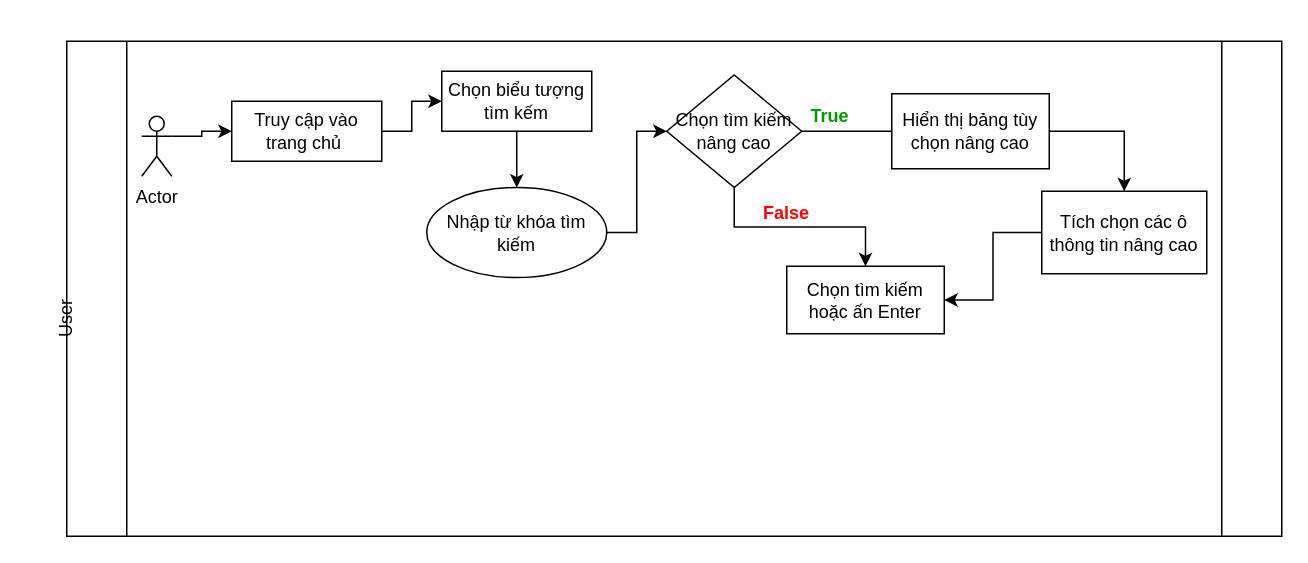
This is Biểu đồ không có tiêu đề.drawio from ThanhHung2112/Web_Font_end, a draw.io file, before an edit. Source tidied: cells renumbered, new cells numbered last; positions are measured from the earlier drawing's top-left corner, leaving out a move shared by most shapes. Both pictures are drawn from the tidied source at 150%, with x=0, y=0 at pixel (21, 40).
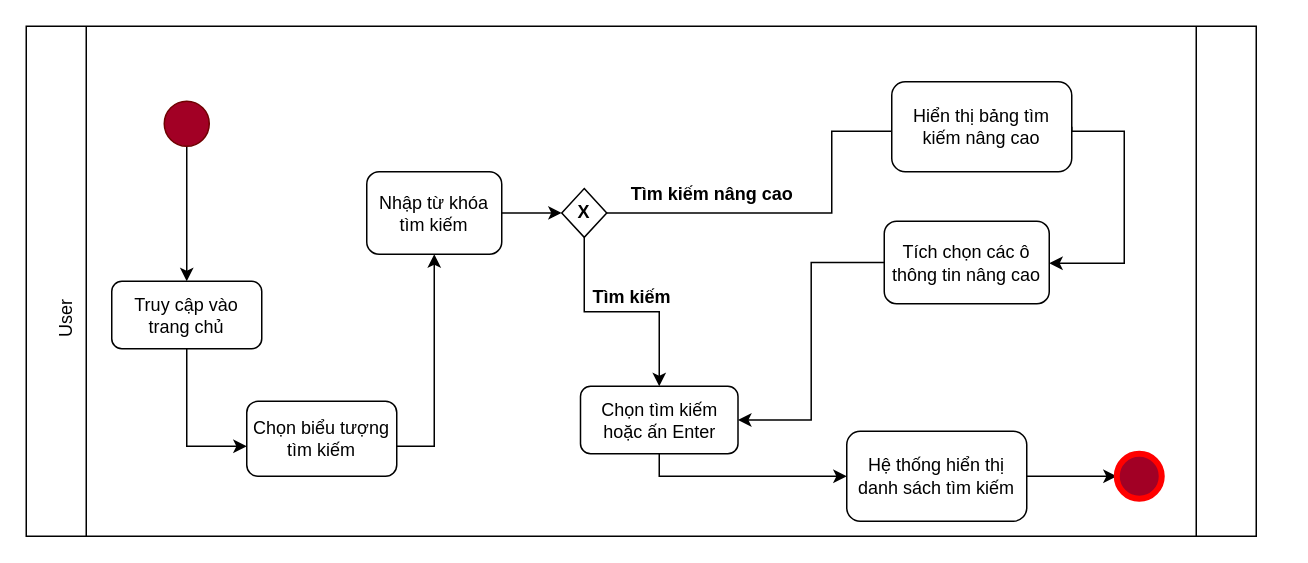
The same diagram, later.

Commit message:
Find Song

The edit, as a diff of the source:
```diff
@@
-    <mxCell id="2" style="shape=process;whiteSpace=wrap;html=1;backgroundOutline=1;size=0.04938271604938271;" parent="1" vertex="1">
-      <mxGeometry x="30" width="810" height="330" as="geometry" />
+    <mxCell id="2" style="shape=process;whiteSpace=wrap;html=1;backgroundOutline=1;size=0.04938271604938271;glass=0;rounded=0;" parent="1" vertex="1">
+      <mxGeometry x="3" y="-10" width="820" height="340" as="geometry" />
     </mxCell>
-    <mxCell id="3" style="edgeStyle=orthogonalEdgeStyle;rounded=0;jettySize=auto;html=1;exitX=1;exitY=0.3333333333333333;exitDx=0;exitDy=0;exitPerimeter=0;entryX=0;entryY=0.5;entryDx=0;entryDy=0;" parent="1" edge="1" source="4" target="7">
+    <mxCell id="3" style="edgeStyle=orthogonalEdgeStyle;rounded=0;jettySize=auto;html=1;exitX=0.5;exitY=1;exitDx=0;exitDy=0;entryX=0.5;entryY=0;entryDx=0;entryDy=0;" parent="1" edge="1" source="26" target="7">
       <mxGeometry relative="1" as="geometry" />
     </mxCell>
-    <mxCell id="4" value="Actor" style="shape=umlActor;verticalLabelPosition=bottom;verticalAlign=top;html=1;outlineConnect=0;" parent="1" vertex="1">
-      <mxGeometry x="80" y="50" width="20" height="40" as="geometry" />
-    </mxCell>
@@
-    <mxCell id="6" style="edgeStyle=orthogonalEdgeStyle;rounded=0;jettySize=auto;html=1;" parent="1" edge="1" source="7" target="9">
-      <mxGeometry relative="1" as="geometry" />
+    <mxCell id="6" style="edgeStyle=orthogonalEdgeStyle;rounded=0;jettySize=auto;html=1;exitX=0.5;exitY=1;exitDx=0;exitDy=0;entryX=0;entryY=0.5;entryDx=0;entryDy=0;" parent="1" edge="1" source="7">
+      <mxGeometry relative="1" as="geometry">
+        <mxPoint x="150" y="270" as="targetPoint" />
+        <Array as="points">
+          <mxPoint x="110" y="270" />
+        </Array>
+      </mxGeometry>
     </mxCell>
-    <mxCell id="7" value="Truy cập vào trang chủ&amp;nbsp;" style="rounded=0;whiteSpace=wrap;html=1;" parent="1" vertex="1">
-      <mxGeometry x="140" y="40" width="100" height="40" as="geometry" />
-    </mxCell>
-    <mxCell id="8" style="edgeStyle=orthogonalEdgeStyle;rounded=0;jettySize=auto;html=1;" parent="1" edge="1" source="9" target="11">
+    <mxCell id="8" style="edgeStyle=orthogonalEdgeStyle;rounded=0;jettySize=auto;html=1;exitX=1;exitY=0.6;exitDx=0;exitDy=0;exitPerimeter=0;entryX=0.5;entryY=1;entryDx=0;entryDy=0;" parent="1" edge="1" source="25" target="11">
       <mxGeometry relative="1" as="geometry" />
     </mxCell>
-    <mxCell id="9" value="Chọn biểu tượng tìm kếm" style="rounded=0;whiteSpace=wrap;html=1;" parent="1" vertex="1">
-      <mxGeometry x="280" y="20" width="100" height="40" as="geometry" />
-    </mxCell>
-    <mxCell id="10" style="edgeStyle=orthogonalEdgeStyle;rounded=0;jettySize=auto;html=1;entryX=0;entryY=0.5;entryDx=0;entryDy=0;" parent="1" edge="1" source="11" target="13">
+    <mxCell id="10" style="edgeStyle=orthogonalEdgeStyle;rounded=0;jettySize=auto;html=1;entryX=0;entryY=0.5;entryDx=0;entryDy=0;exitX=1;exitY=0.5;exitDx=0;exitDy=0;" parent="1" edge="1" source="11" target="13">
       <mxGeometry relative="1" as="geometry" />
     </mxCell>
-    <mxCell id="11" value="Nhập từ khóa tìm kiếm" style="ellipse;whiteSpace=wrap;html=1;rounded=0;" parent="1" vertex="1">
-      <mxGeometry x="270" y="97.5" width="120" height="60" as="geometry" />
-    </mxCell>
@@
-    <mxCell id="13" value="Chọn tìm kiếm nâng cao" style="rhombus;whiteSpace=wrap;html=1;rounded=0;" parent="1" vertex="1">
-      <mxGeometry x="430" y="22.5" width="90" height="75" as="geometry" />
+    <mxCell id="13" value="&lt;b&gt;X&lt;/b&gt;" style="rhombus;whiteSpace=wrap;html=1;rounded=0;" parent="1" vertex="1">
+      <mxGeometry x="360" y="98.2" width="30" height="32.5" as="geometry" />
     </mxCell>
-    <mxCell id="14" style="edgeStyle=orthogonalEdgeStyle;rounded=0;jettySize=auto;html=1;" parent="1" edge="1" source="15" target="18">
+    <mxCell id="14" style="edgeStyle=orthogonalEdgeStyle;rounded=0;jettySize=auto;html=1;exitX=1;exitY=0.5;exitDx=0;exitDy=0;" parent="1" edge="1" source="27" target="18">
       <mxGeometry relative="1" as="geometry">
         <Array as="points">
+          <mxPoint x="700" y="60" />
           <mxPoint x="735" y="60" />
+          <mxPoint x="735" y="148" />
         </Array>
       </mxGeometry>
     </mxCell>
-    <mxCell id="15" value="Hiển thị bảng tùy chọn nâng cao" style="whiteSpace=wrap;html=1;rounded=0;" parent="1" vertex="1">
-      <mxGeometry x="580" y="35" width="105" height="50" as="geometry" />
-    </mxCell>
+    <mxCell id="22" style="edgeStyle=orthogonalEdgeStyle;rounded=0;jettySize=auto;html=1;exitX=0.5;exitY=1;exitDx=0;exitDy=0;entryX=0;entryY=0.5;entryDx=0;entryDy=0;" parent="1" edge="1" source="16" target="24">
+      <mxGeometry relative="1" as="geometry">
+        <Array as="points">
+          <mxPoint x="425" y="290" />
+        </Array>
+      </mxGeometry>
+    </mxCell>
-    <mxCell id="16" value="Chọn tìm kiếm hoặc ấn Enter" style="whiteSpace=wrap;html=1;rounded=0;" parent="1" vertex="1">
-      <mxGeometry x="510" y="150" width="105" height="45" as="geometry" />
+    <mxCell id="16" value="Chọn tìm kiếm hoặc ấn Enter" style="whiteSpace=wrap;html=1;rounded=1;" parent="1" vertex="1">
+      <mxGeometry x="372.5" y="230" width="105" height="45" as="geometry" />
     </mxCell>
@@
-    <mxCell id="18" value="Tích chọn các ô thông tin nâng cao" style="whiteSpace=wrap;html=1;rounded=0;" parent="1" vertex="1">
-      <mxGeometry x="680" y="100" width="110" height="55" as="geometry" />
+    <mxCell id="18" value="Tích chọn các ô thông tin nâng cao" style="whiteSpace=wrap;html=1;rounded=1;" parent="1" vertex="1">
+      <mxGeometry x="575" y="120" width="110" height="55" as="geometry" />
     </mxCell>
-    <mxCell id="19" value="&lt;font color=&quot;#009900&quot;&gt;&lt;b&gt;True&lt;/b&gt;&lt;/font&gt;" style="text;html=1;strokeColor=none;fillColor=none;align=center;verticalAlign=middle;whiteSpace=wrap;rounded=0;" parent="1" vertex="1">
-      <mxGeometry x="520" y="40" width="38" height="20" as="geometry" />
+    <mxCell id="19" value="&lt;b style=&quot;&quot;&gt;Tìm kiếm nâng cao&lt;/b&gt;" style="text;html=1;strokeColor=none;fillColor=none;align=center;verticalAlign=middle;whiteSpace=wrap;rounded=0;" parent="1" vertex="1">
+      <mxGeometry x="395" y="92" width="130.5" height="20" as="geometry" />
     </mxCell>
-    <mxCell id="20" style="edgeStyle=orthogonalEdgeStyle;rounded=0;jettySize=auto;html=1;endArrow=none;entryX=0;entryY=0.5;entryDx=0;entryDy=0;" parent="1" edge="1" source="13" target="15">
-      <mxGeometry relative="1" as="geometry" />
+    <mxCell id="20" style="edgeStyle=orthogonalEdgeStyle;rounded=0;jettySize=auto;html=1;endArrow=none;entryX=0;entryY=0.5;entryDx=0;entryDy=0;" parent="1" edge="1" source="13" target="27">
+      <mxGeometry relative="1" as="geometry">
+        <Array as="points">
+          <mxPoint x="540" y="115" />
+          <mxPoint x="540" y="60" />
+          <mxPoint x="580" y="60" />
+        </Array>
+      </mxGeometry>
     </mxCell>
-    <mxCell id="21" value="&lt;b style=&quot;&quot;&gt;&lt;font color=&quot;#ff0000&quot;&gt;False&lt;/font&gt;&lt;/b&gt;" style="text;html=1;strokeColor=none;fillColor=none;align=center;verticalAlign=middle;whiteSpace=wrap;rounded=0;" parent="1" vertex="1">
-      <mxGeometry x="480" y="100" width="60" height="30" as="geometry" />
+    <mxCell id="21" value="&lt;b style=&quot;&quot;&gt;Tìm kiếm&lt;/b&gt;" style="text;html=1;strokeColor=none;fillColor=none;align=center;verticalAlign=middle;whiteSpace=wrap;rounded=0;" parent="1" vertex="1">
+      <mxGeometry x="376.5" y="160" width="60" height="22" as="geometry" />
     </mxCell>
+    <mxCell id="23" style="edgeStyle=orthogonalEdgeStyle;rounded=0;jettySize=auto;html=1;fontColor=#000000;" parent="1" edge="1" source="24" target="28">
+      <mxGeometry relative="1" as="geometry" />
+    </mxCell>
+    <mxCell id="24" value="Hệ thống hiển thị danh sách tìm kiếm" style="whiteSpace=wrap;html=1;rounded=1;" parent="1" vertex="1">
+      <mxGeometry x="550" y="260" width="120" height="60" as="geometry" />
+    </mxCell>
+    <mxCell id="7" value="Truy cập vào trang chủ" style="rounded=1;whiteSpace=wrap;html=1;" parent="1" vertex="1">
+      <mxGeometry x="60" y="160" width="100" height="45" as="geometry" />
+    </mxCell>
+    <mxCell id="25" value="Chọn biểu tượng tìm kiếm" style="rounded=1;whiteSpace=wrap;html=1;" parent="1" vertex="1">
+      <mxGeometry x="150" y="240" width="100" height="50" as="geometry" />
+    </mxCell>
+    <mxCell id="11" value="Nhập từ khóa tìm kiếm" style="rounded=1;whiteSpace=wrap;html=1;" parent="1" vertex="1">
+      <mxGeometry x="230" y="87" width="90" height="55" as="geometry" />
+    </mxCell>
+    <mxCell id="26" style="ellipse;whiteSpace=wrap;html=1;fontColor=#ffffff;fillColor=#a20025;strokeColor=#6F0000;" parent="1" vertex="1">
+      <mxGeometry x="95" y="40" width="30" height="30" as="geometry" />
+    </mxCell>
+    <mxCell id="27" value="Hiển thị bảng tìm kiếm nâng cao" style="rounded=1;whiteSpace=wrap;html=1;" parent="1" vertex="1">
+      <mxGeometry x="580" y="27" width="120" height="60" as="geometry" />
+    </mxCell>
+    <mxCell id="28" style="ellipse;whiteSpace=wrap;html=1;rounded=1;fontColor=#ffffff;fillColor=#a20025;strokeColor=#FF0000;strokeWidth=4;shadow=0;sketch=0;" parent="1" vertex="1">
+      <mxGeometry x="730" y="275" width="30" height="30" as="geometry" />
+    </mxCell>
```
